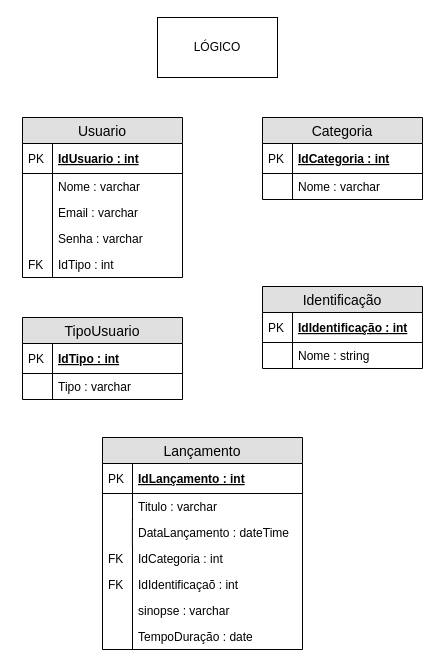
thetheu/Sprint1-Banco.de.dados keeps this draw.io diagram as page "logico" (2 of 2) of OpFlix/Modelagem/OpFlix.Diagram.drawio. Above is the earlier version. Source tidied: cells renumbered, new cells numbered last; positions are measured from the earlier drawing's top-left corner, leaving out a move shared by most shapes. Both pictures are drawn from the tidied source at 100%, with x=0, y=0 at pixel (22, 17).
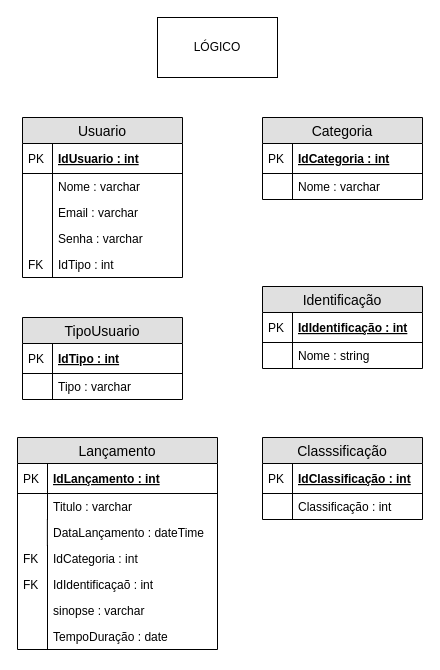
The same diagram, later.

What changed in the source:
```diff
@@
     <mxCell id="28" value="Lançamento" style="swimlane;fontStyle=0;horizontal=1;startSize=26;fillColor=#e0e0e0;swimlaneFillColor=#ffffff;align=center;fontSize=14;" parent="1" vertex="1">
-      <mxGeometry x="80" y="420" width="200" height="212" as="geometry" />
+      <mxGeometry x="-5" y="420" width="200" height="212" as="geometry" />
     </mxCell>
@@
+    <mxCell id="44" value="Classsificação" style="swimlane;fontStyle=0;horizontal=1;startSize=26;fillColor=#e0e0e0;swimlaneFillColor=#ffffff;align=center;fontSize=14;" parent="1" vertex="1">
+      <mxGeometry x="240" y="420" width="160" height="82" as="geometry" />
+    </mxCell>
+    <mxCell id="45" value="IdClassificação : int" style="shape=partialRectangle;top=0;left=0;right=0;bottom=1;align=left;verticalAlign=middle;fillColor=none;spacingLeft=34;spacingRight=4;overflow=hidden;fontStyle=5;fontSize=12;" parent="44" vertex="1">
+      <mxGeometry y="26" width="160" height="30" as="geometry" />
+    </mxCell>
+    <mxCell id="46" value="PK" style="shape=partialRectangle;top=0;left=0;bottom=0;fillColor=none;align=left;verticalAlign=middle;spacingLeft=4;spacingRight=4;overflow=hidden;fontSize=12;" parent="45" vertex="1">
+      <mxGeometry width="30" height="30" as="geometry" />
+    </mxCell>
+    <mxCell id="47" value="Classificação : int" style="shape=partialRectangle;top=0;left=0;right=0;bottom=0;align=left;verticalAlign=top;fillColor=none;spacingLeft=34;spacingRight=4;overflow=hidden;fontSize=12;" parent="44" vertex="1">
+      <mxGeometry y="56" width="160" height="26" as="geometry" />
+    </mxCell>
+    <mxCell id="48" style="shape=partialRectangle;top=0;left=0;bottom=0;fillColor=none;align=left;verticalAlign=top;spacingLeft=4;spacingRight=4;overflow=hidden;fontSize=12;" parent="47" vertex="1">
+      <mxGeometry width="30" height="26" as="geometry" />
+    </mxCell>
```
